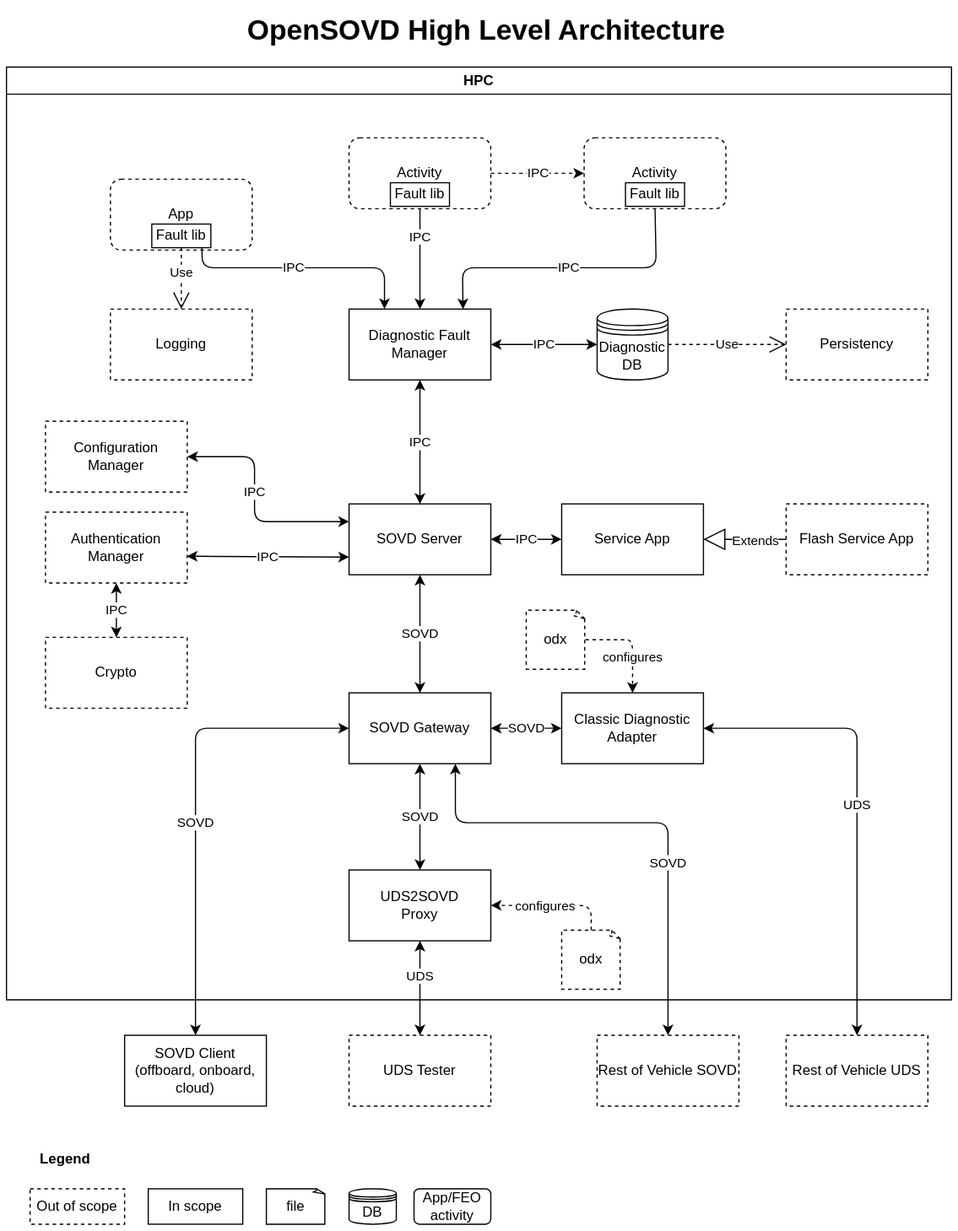
Before: opensovd/docs/design/_assets/OpenSOVD-design-highlevel.drawio.svg, a diagram exported from draw.io (nhuvaoanh123/taktflow-opensovd). Source tidied: cells renumbered, new cells last; positions are measured from the earlier drawing's top-left corner, leaving out a move shared by most shapes.
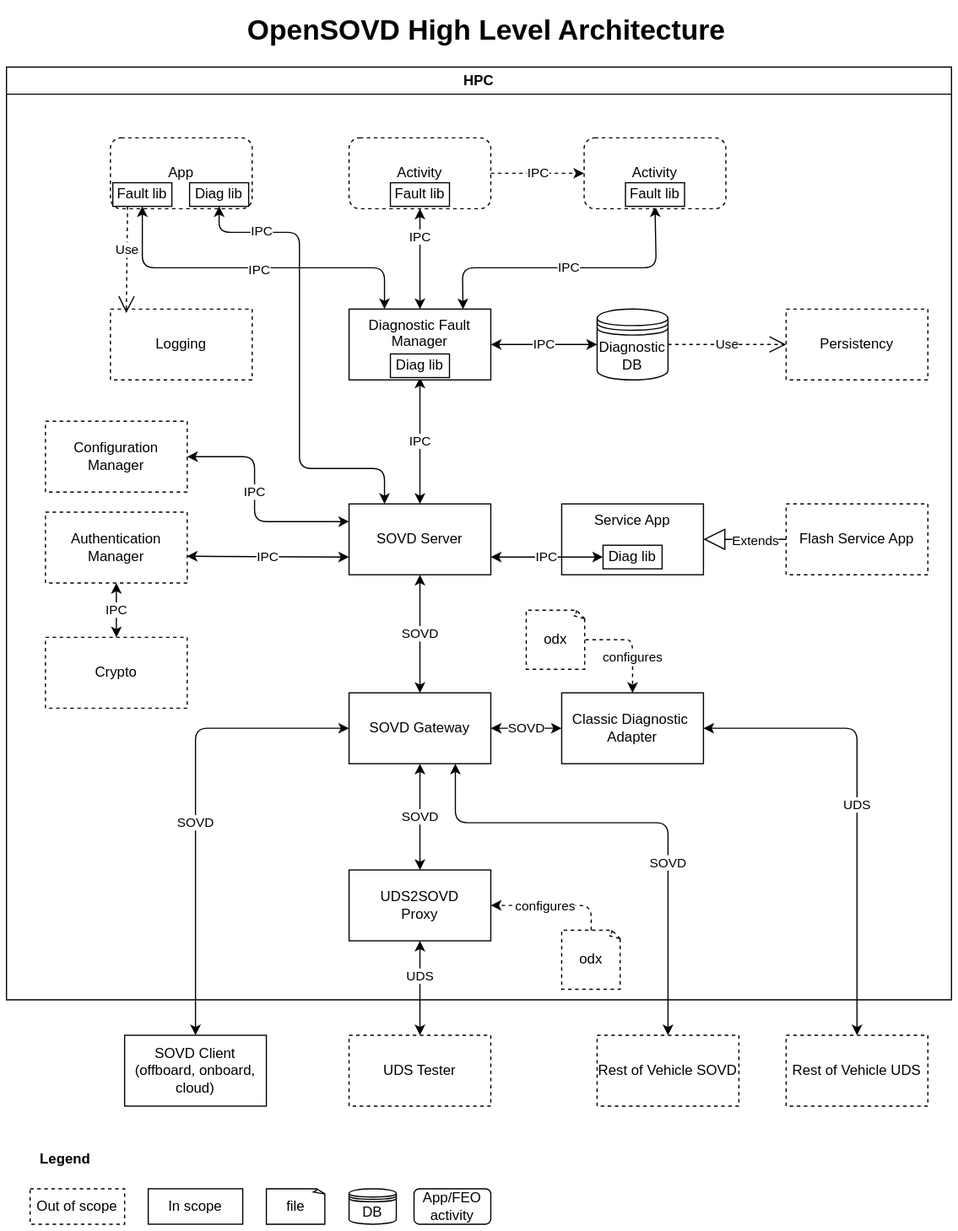
After the commit.

Commit message:
docs(opensovd): sync vendored design/governance subtree to upstream 2f7b1c06

2026-05-01 sync of the vendored eclipse-opensovd/opensovd snapshot to
upstream main head 2f7b1c0606f4: merged Rust codestyle decision (#80),
Diagnostic Library / entity-hierarchy design update (#94), and the
regenerated high-level design SVG. Vendored upstream content; upstream
authorship and SPDX headers retained.

Diff of the diagram source:
```diff
@@ -14,7 +14,7 @@
     <mxCell id="5" value="Classic Diagnostic&amp;nbsp;&lt;div&gt;Adapter&lt;/div&gt;" style="rounded=0;whiteSpace=wrap;html=1;" parent="1" vertex="1">
       <mxGeometry x="470" y="581" width="120" height="60" as="geometry" />
     </mxCell>
-    <mxCell id="6" value="Service App" style="rounded=0;whiteSpace=wrap;html=1;" parent="1" vertex="1">
+    <mxCell id="6" value="Service App" style="rounded=0;whiteSpace=wrap;html=1;verticalAlign=top;" parent="1" vertex="1">
       <mxGeometry x="470" y="421" width="120" height="60" as="geometry" />
     </mxCell>
     <mxCell id="7" value="Rest of Vehicle UDS" style="rounded=0;whiteSpace=wrap;html=1;dashed=1;" parent="1" vertex="1">
@@ -32,7 +32,7 @@
     <mxCell id="11" value="Flash Service App" style="rounded=0;whiteSpace=wrap;html=1;dashed=1;" parent="1" vertex="1">
       <mxGeometry x="660" y="421" width="120" height="60" as="geometry" />
     </mxCell>
-    <mxCell id="12" value="IPC" style="endArrow=classic;html=1;entryX=0.5;entryY=0;entryDx=0;entryDy=0;exitX=0.5;exitY=1;exitDx=0;exitDy=0;startArrow=classic;startFill=1;" parent="1" edge="1" source="42" target="2">
+    <mxCell id="12" value="IPC" style="endArrow=classic;html=1;entryX=0.5;entryY=0;entryDx=0;entryDy=0;exitX=0.5;exitY=1;exitDx=0;exitDy=0;startArrow=classic;startFill=1;" parent="1" edge="1" source="59" target="2">
       <mxGeometry relative="1" as="geometry" />
     </mxCell>
     <mxCell id="13" value="IPC" style="endArrow=classic;startArrow=classic;html=1;entryX=0;entryY=0.25;entryDx=0;entryDy=0;exitX=1;exitY=0.5;exitDx=0;exitDy=0;" parent="1" edge="1" source="37" target="2">
@@ -43,7 +43,7 @@
         </Array>
       </mxGeometry>
     </mxCell>
-    <mxCell id="14" value="IPC" style="endArrow=classic;startArrow=classic;html=1;entryX=1;entryY=0.5;entryDx=0;entryDy=0;exitX=0;exitY=0.5;exitDx=0;exitDy=0;" parent="1" edge="1" source="6" target="2">
+    <mxCell id="14" value="IPC" style="endArrow=classic;startArrow=classic;html=1;entryX=1;entryY=0.75;entryDx=0;entryDy=0;exitX=0;exitY=0.5;exitDx=0;exitDy=0;" parent="1" edge="1" source="60" target="2">
       <mxGeometry relative="1" as="geometry" />
     </mxCell>
     <mxCell id="15" value="Extends" style="endArrow=block;endSize=16;endFill=0;html=1;exitX=0;exitY=0.5;exitDx=0;exitDy=0;" parent="1" edge="1" source="11" target="6">
@@ -133,7 +133,7 @@
       <mxGeometry y="51" width="800" height="790" as="geometry" />
     </mxCell>
     <mxCell id="36" value="App" style="rounded=1;whiteSpace=wrap;html=1;dashed=1;" parent="35" vertex="1">
-      <mxGeometry x="88" y="95" width="120" height="60" as="geometry" />
+      <mxGeometry x="88" y="60" width="120" height="60" as="geometry" />
     </mxCell>
     <mxCell id="37" value="Configuration Manager" style="rounded=0;whiteSpace=wrap;html=1;dashed=1;" parent="35" vertex="1">
       <mxGeometry x="33" y="300" width="120" height="60" as="geometry" />
@@ -147,16 +147,16 @@
     <mxCell id="40" value="IPC" style="endArrow=classic;startArrow=classic;html=1;entryX=0.5;entryY=1;entryDx=0;entryDy=0;exitX=0.5;exitY=0;exitDx=0;exitDy=0;" parent="35" edge="1" source="39" target="38">
       <mxGeometry relative="1" as="geometry" />
     </mxCell>
-    <mxCell id="41" value="IPC" style="endArrow=classic;html=1;entryX=0.5;entryY=0;entryDx=0;entryDy=0;fillColor=#ffe6cc;strokeColor=#000000;exitX=0.5;exitY=1;exitDx=0;exitDy=0;" parent="35" edge="1" source="50" target="42">
+    <mxCell id="41" value="IPC" style="endArrow=classic;html=1;entryX=0.5;entryY=0;entryDx=0;entryDy=0;fillColor=#ffe6cc;strokeColor=default;exitX=0.5;exitY=1;exitDx=0;exitDy=0;rounded=1;align=center;verticalAlign=middle;fontFamily=Helvetica;fontSize=11;fontColor=default;labelBackgroundColor=default;startArrow=classic;" parent="35" edge="1" source="50" target="42">
       <mxGeometry x="-0.43" relative="1" as="geometry" />
     </mxCell>
-    <mxCell id="42" value="Diagnostic Fault Manager" style="rounded=0;whiteSpace=wrap;html=1;" parent="35" vertex="1">
+    <mxCell id="42" value="Diagnostic Fault Manager" style="rounded=0;whiteSpace=wrap;html=1;verticalAlign=top;" parent="35" vertex="1">
       <mxGeometry x="290" y="205" width="120" height="60" as="geometry" />
     </mxCell>
     <mxCell id="43" value="Diagnostic DB" style="shape=datastore;whiteSpace=wrap;html=1;" parent="35" vertex="1">
       <mxGeometry x="500" y="205" width="60" height="60" as="geometry" />
     </mxCell>
-    <mxCell id="44" value="IPC" style="endArrow=classic;html=1;exitX=0.5;exitY=1;exitDx=0;exitDy=0;fillColor=#ffe6cc;strokeColor=#000000;entryX=0.804;entryY=0.003;entryDx=0;entryDy=0;entryPerimeter=0;" parent="35" edge="1" source="55" target="42">
+    <mxCell id="44" value="IPC" style="endArrow=classic;html=1;exitX=0.5;exitY=1;exitDx=0;exitDy=0;fillColor=#ffe6cc;strokeColor=default;entryX=0.804;entryY=0.003;entryDx=0;entryDy=0;entryPerimeter=0;rounded=1;align=center;verticalAlign=middle;fontFamily=Helvetica;fontSize=11;fontColor=default;labelBackgroundColor=default;startArrow=classic;" parent="35" edge="1" source="55" target="42">
       <mxGeometry relative="1" as="geometry">
         <Array as="points">
           <mxPoint x="550" y="170" />
@@ -164,25 +164,30 @@
         </Array>
       </mxGeometry>
     </mxCell>
-    <mxCell id="45" value="IPC" style="endArrow=classic;html=1;exitX=0.847;exitY=1;exitDx=0;exitDy=0;fillColor=#ffe6cc;strokeColor=#000000;entryX=0.25;entryY=0;entryDx=0;entryDy=0;exitPerimeter=0;" parent="35" edge="1" source="49" target="42">
-      <mxGeometry x="-0.09" relative="1" as="geometry">
-        <Array as="points">
-          <mxPoint x="166" y="170" />
-          <mxPoint x="320" y="170" />
-        </Array>
-      </mxGeometry>
-    </mxCell>
     <mxCell id="46" value="IPC" style="endArrow=classic;startArrow=classic;html=1;entryX=0;entryY=0.5;entryDx=0;entryDy=0;exitX=1;exitY=0.5;exitDx=0;exitDy=0;" parent="35" edge="1" source="42" target="43">
       <mxGeometry relative="1" as="geometry" />
     </mxCell>
     <mxCell id="47" value="Persistency" style="rounded=0;whiteSpace=wrap;html=1;dashed=1;" parent="35" vertex="1">
       <mxGeometry x="660" y="205" width="120" height="60" as="geometry" />
     </mxCell>
-    <mxCell id="48" value="Use" style="endArrow=open;endSize=12;dashed=1;html=1;exitX=1;exitY=0.5;exitDx=0;exitDy=0;" parent="35" edge="1" source="43" target="47">
+    <mxCell id="48" value="Use" style="endArrow=open;endSize=12;dashed=1;html=1;exitX=1;exitY=0.5;exitDx=0;exitDy=0;rounded=1;strokeColor=default;align=center;verticalAlign=middle;fontFamily=Helvetica;fontSize=11;fontColor=default;labelBackgroundColor=default;" parent="35" edge="1" source="43" target="47">
       <mxGeometry relative="1" as="geometry" />
     </mxCell>
+    <mxCell id="45" style="edgeStyle=orthogonalEdgeStyle;rounded=1;jettySize=auto;html=1;entryX=0.25;entryY=0;entryDx=0;entryDy=0;strokeColor=default;align=center;verticalAlign=middle;fontFamily=Helvetica;fontSize=11;fontColor=default;labelBackgroundColor=default;endArrow=classic;fillColor=#ffe6cc;startArrow=classic;" parent="35" edge="1" source="49" target="42">
+      <mxGeometry relative="1" as="geometry">
+        <Array as="points">
+          <mxPoint x="115" y="170" />
+          <mxPoint x="320" y="170" />
+        </Array>
+      </mxGeometry>
+    </mxCell>
+    <mxCell id="57" value="IPC" style="edgeLabel;html=1;align=center;verticalAlign=middle;rounded=1;strokeColor=default;fontFamily=Helvetica;fontSize=11;fontColor=default;labelBackgroundColor=default;" parent="45" vertex="1">
+      <mxGeometry x="-0.01" y="-1" relative="1" as="geometry">
+        <mxPoint x="5" as="offset" />
+      </mxGeometry>
+    </mxCell>
     <mxCell id="49" value="Fault lib" style="rounded=0;whiteSpace=wrap;html=1;" parent="35" vertex="1">
-      <mxGeometry x="123" y="133" width="50" height="20" as="geometry" />
+      <mxGeometry x="90" y="98" width="50" height="20" as="geometry" />
     </mxCell>
     <mxCell id="50" value="Activity" style="rounded=1;whiteSpace=wrap;html=1;dashed=1;" parent="35" vertex="1">
       <mxGeometry x="290" y="60" width="120" height="60" as="geometry" />
@@ -193,7 +198,7 @@
     <mxCell id="52" value="Logging" style="rounded=0;whiteSpace=wrap;html=1;dashed=1;" parent="35" vertex="1">
       <mxGeometry x="88" y="205" width="120" height="60" as="geometry" />
     </mxCell>
-    <mxCell id="53" value="Use" style="endArrow=open;endSize=12;dashed=1;html=1;exitX=0.5;exitY=1;exitDx=0;exitDy=0;entryX=0.5;entryY=0;entryDx=0;entryDy=0;" parent="35" edge="1" source="49" target="52">
+    <mxCell id="53" value="Use" style="endArrow=open;endSize=12;dashed=1;html=1;exitX=0.25;exitY=1;exitDx=0;exitDy=0;entryX=0.112;entryY=0.055;entryDx=0;entryDy=0;entryPerimeter=0;" parent="35" edge="1" source="49" target="52">
       <mxGeometry x="-0.19" relative="1" as="geometry" />
     </mxCell>
     <mxCell id="54" value="Activity" style="rounded=1;whiteSpace=wrap;html=1;dashed=1;" parent="35" vertex="1">
@@ -205,5 +210,29 @@
     <mxCell id="56" value="IPC" style="endArrow=classic;html=1;exitX=1;exitY=0.5;exitDx=0;exitDy=0;entryX=0;entryY=0.5;entryDx=0;entryDy=0;dashed=1;" parent="35" edge="1" source="50" target="54">
       <mxGeometry relative="1" as="geometry" />
     </mxCell>
+    <mxCell id="58" value="Diag lib" style="rounded=0;whiteSpace=wrap;html=1;" parent="35" vertex="1">
+      <mxGeometry x="155" y="98" width="50" height="20" as="geometry" />
+    </mxCell>
+    <mxCell id="59" value="Diag lib" style="rounded=0;whiteSpace=wrap;html=1;" parent="35" vertex="1">
+      <mxGeometry x="325" y="243" width="50" height="20" as="geometry" />
+    </mxCell>
+    <mxCell id="60" value="Diag lib" style="rounded=0;whiteSpace=wrap;html=1;" parent="35" vertex="1">
+      <mxGeometry x="505" y="405" width="50" height="20" as="geometry" />
+    </mxCell>
+    <mxCell id="61" style="edgeStyle=orthogonalEdgeStyle;rounded=1;jettySize=auto;html=1;strokeColor=default;align=center;verticalAlign=middle;fontFamily=Helvetica;fontSize=11;fontColor=default;labelBackgroundColor=default;endArrow=classic;fillColor=#ffe6cc;startArrow=classic;entryX=0.25;entryY=0;entryDx=0;entryDy=0;" parent="1" edge="1" source="58" target="2">
+      <mxGeometry relative="1" as="geometry">
+        <Array as="points">
+          <mxPoint x="180" y="191" />
+          <mxPoint x="248" y="191" />
+          <mxPoint x="248" y="391" />
+          <mxPoint x="320" y="391" />
+        </Array>
+      </mxGeometry>
+    </mxCell>
+    <mxCell id="62" value="IPC" style="edgeLabel;html=1;align=center;verticalAlign=middle;rounded=1;strokeColor=default;fontFamily=Helvetica;fontSize=11;fontColor=default;labelBackgroundColor=default;" parent="61" vertex="1">
+      <mxGeometry x="-0.75" y="2" relative="1" as="geometry">
+        <mxPoint x="8" as="offset" />
+      </mxGeometry>
+    </mxCell>
   </root>
 </mxGraphModel>
```
